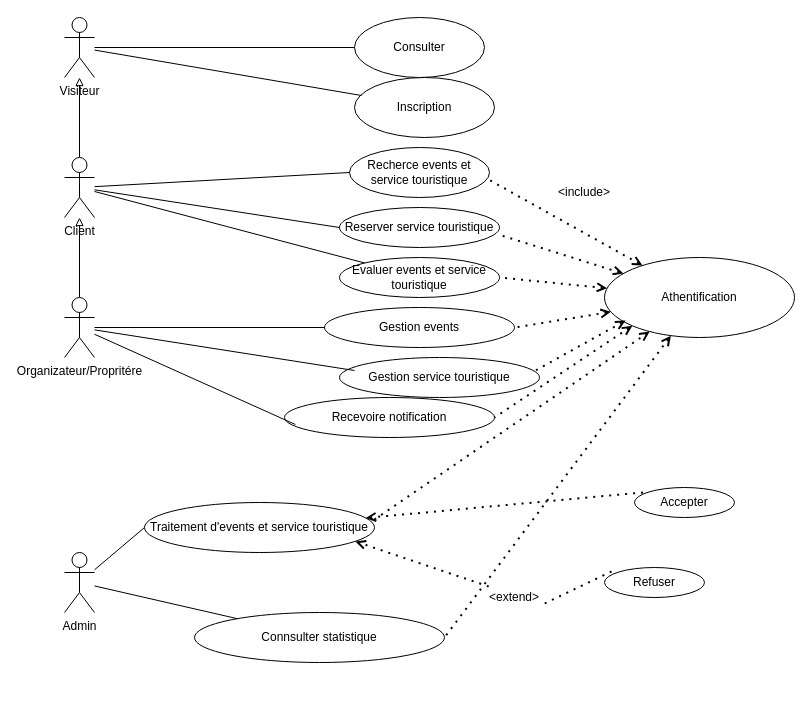
The draw.io diagram Conception/Diagramme sans nom.drawio in OussemaChercheri/CII2-DMWM-A, before the edit. Source tidied: cells renumbered, new cells numbered last; positions are measured from the earlier drawing's top-left corner, leaving out a move shared by most shapes. Both pictures are drawn from the tidied source at 100%, with x=0, y=0 at pixel (64, 17).
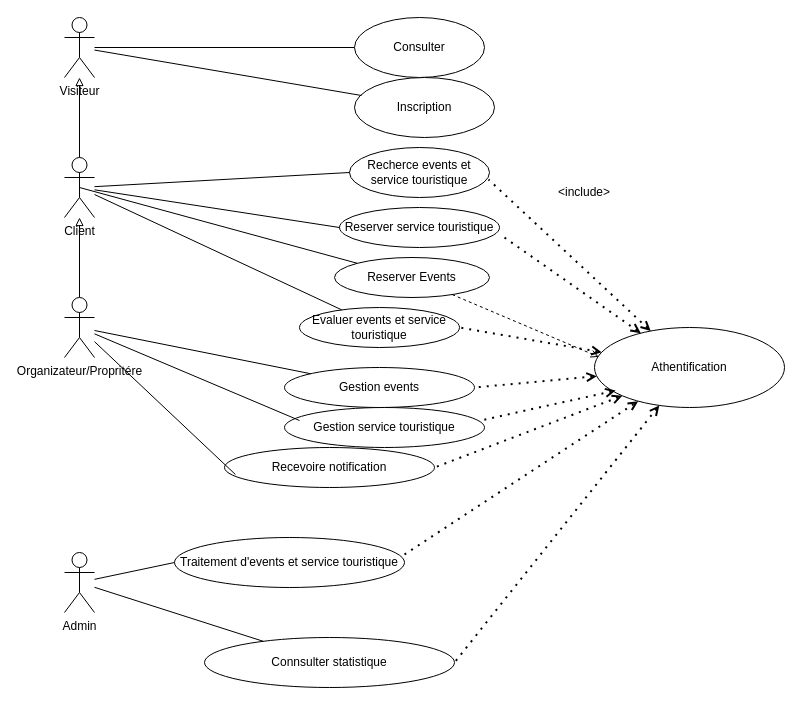
The same diagram, later.

The change refers to these unchanged cells:
```xml
<mxCell id="4" value="Client" style="shape=umlActor;verticalLabelPosition=bottom;verticalAlign=top;html=1;outlineConnect=0;fillStyle=auto;" parent="1" vertex="1">
  <mxGeometry y="140" width="30" height="60" as="geometry" />
</mxCell>
```

What changed in the source:
```diff
@@
     <mxCell id="9" value="Evaluer events et service touristique" style="ellipse;whiteSpace=wrap;html=1;" parent="1" vertex="1">
-      <mxGeometry x="275" y="240" width="160" height="40" as="geometry" />
+      <mxGeometry x="235" y="290" width="160" height="40" as="geometry" />
     </mxCell>
@@
     <mxCell id="12" value="Gestion events" style="ellipse;whiteSpace=wrap;html=1;" parent="1" vertex="1">
-      <mxGeometry x="260" y="290" width="190" height="40" as="geometry" />
+      <mxGeometry x="220" y="350" width="190" height="40" as="geometry" />
     </mxCell>
     <mxCell id="13" value="Gestion service touristique" style="ellipse;whiteSpace=wrap;html=1;" parent="1" vertex="1">
-      <mxGeometry x="275" y="340" width="200" height="40" as="geometry" />
+      <mxGeometry x="220" y="390" width="200" height="40" as="geometry" />
     </mxCell>
     <mxCell id="14" value="Recevoire notification" style="ellipse;whiteSpace=wrap;html=1;" parent="1" vertex="1">
-      <mxGeometry x="220" y="380" width="210" height="40" as="geometry" />
+      <mxGeometry x="160" y="430" width="210" height="40" as="geometry" />
     </mxCell>
@@
     <mxCell id="24" value="Traitement d'events et service touristique" style="ellipse;whiteSpace=wrap;html=1;" parent="1" vertex="1">
-      <mxGeometry x="80" y="485" width="230" height="50" as="geometry" />
+      <mxGeometry x="110" y="520" width="230" height="50" as="geometry" />
     </mxCell>
-    <mxCell id="25" value="Accepter" style="ellipse;whiteSpace=wrap;html=1;" parent="1" vertex="1">
-      <mxGeometry x="570" y="470" width="100" height="30" as="geometry" />
-    </mxCell>
-    <mxCell id="26" value="Refuser" style="ellipse;whiteSpace=wrap;html=1;" parent="1" vertex="1">
-      <mxGeometry x="540" y="550" width="100" height="30" as="geometry" />
-    </mxCell>
     <mxCell id="27" value="Connsulter statistique" style="ellipse;whiteSpace=wrap;html=1;" parent="1" vertex="1">
-      <mxGeometry x="130" y="595" width="250" height="50" as="geometry" />
+      <mxGeometry x="140" y="620" width="250" height="50" as="geometry" />
     </mxCell>
@@
-    <mxCell id="30" style="endArrow=none;dashed=1;html=1;dashPattern=1 3;strokeWidth=2;rounded=0;entryX=0;entryY=0;entryDx=0;entryDy=0;endFill=0;startArrow=open;startFill=0;" parent="1" edge="1" source="24" target="25">
-      <mxGeometry relative="1" as="geometry" />
-    </mxCell>
-    <mxCell id="31" style="endArrow=open;dashed=1;html=1;dashPattern=1 3;strokeWidth=2;rounded=0;exitX=0.07;exitY=0.133;exitDx=0;exitDy=0;exitPerimeter=0;entryX=0.917;entryY=0.78;entryDx=0;entryDy=0;entryPerimeter=0;endFill=0;" parent="1" edge="1" source="43" target="24">
-      <mxGeometry relative="1" as="geometry" />
-    </mxCell>
     <mxCell id="32" value="Athentification" style="ellipse;whiteSpace=wrap;html=1;" parent="1" vertex="1">
-      <mxGeometry x="540" y="240" width="190" height="80" as="geometry" />
+      <mxGeometry x="530" y="310" width="190" height="80" as="geometry" />
     </mxCell>
@@
-    <mxCell id="42" style="endArrow=none;dashed=1;html=1;dashPattern=1 3;strokeWidth=2;rounded=0;exitX=0.07;exitY=0.133;exitDx=0;exitDy=0;exitPerimeter=0;entryX=0.917;entryY=0.78;entryDx=0;entryDy=0;entryPerimeter=0;endFill=0;startArrow=none;startFill=0;" parent="1" edge="1" source="26" target="43">
-      <mxGeometry relative="1" as="geometry" />
-    </mxCell>
-    <mxCell id="43" value="&amp;lt;extend&amp;gt;" style="text;html=1;strokeColor=none;fillColor=none;align=center;verticalAlign=middle;whiteSpace=wrap;rounded=0;" parent="1" vertex="1">
-      <mxGeometry x="420" y="565" width="60" height="30" as="geometry" />
-    </mxCell>
+    <mxCell id="44" value="Reserver Events" style="ellipse;whiteSpace=wrap;html=1;" parent="1" vertex="1">
+      <mxGeometry x="270" y="240" width="155" height="40" as="geometry" />
+    </mxCell>
+    <mxCell id="45" style="endArrow=none;html=1;rounded=0;exitX=0.5;exitY=0.5;exitDx=0;exitDy=0;exitPerimeter=0;entryX=0;entryY=0;entryDx=0;entryDy=0;" parent="1" edge="1" source="4" target="44">
+      <mxGeometry relative="1" as="geometry" />
+    </mxCell>
+    <mxCell id="46" style="endArrow=open;dashed=1;html=1;rounded=0;entryX=0.023;entryY=0.368;entryDx=0;entryDy=0;entryPerimeter=0;endFill=0;" parent="1" edge="1" source="44" target="32">
+      <mxGeometry relative="1" as="geometry" />
+    </mxCell>
```
